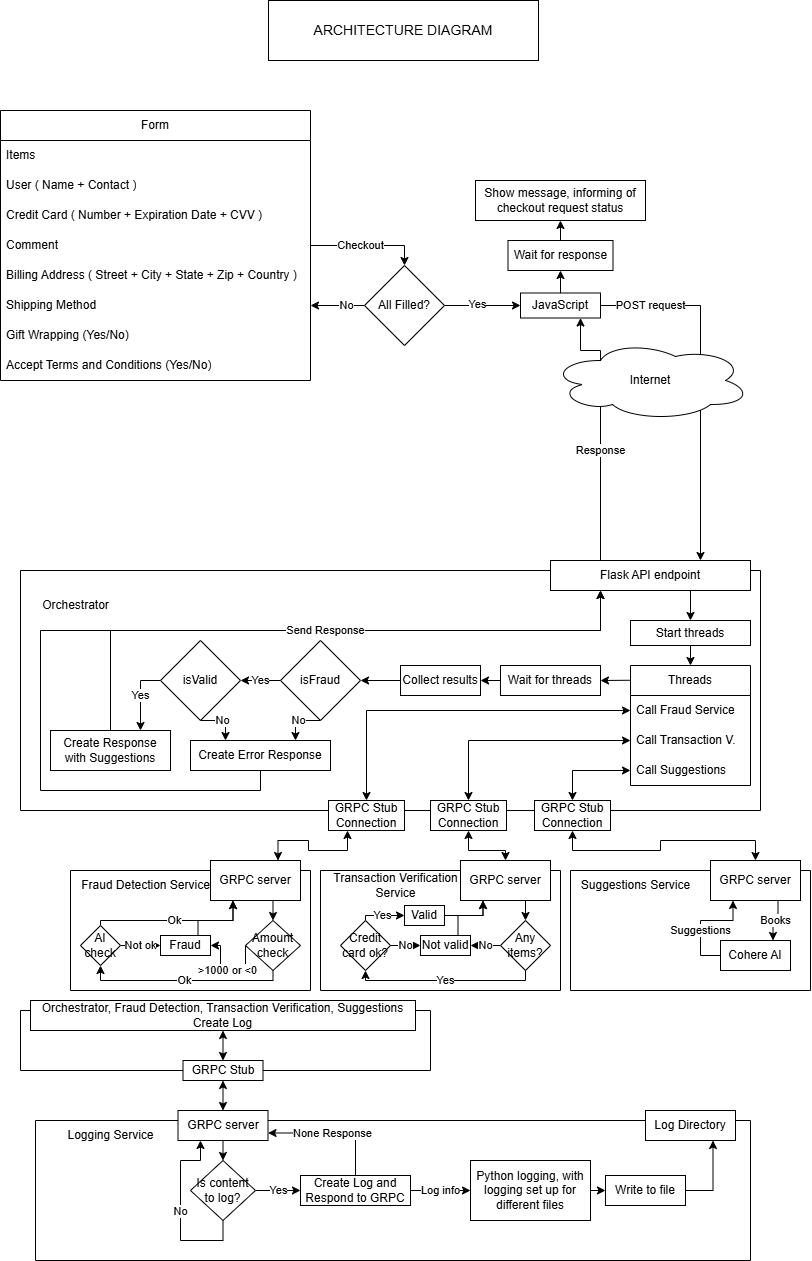
Above: docs/Architecture Diagram.png in FooKaDoO/ds-practice-2025 (draw.io), before the change. Source tidied: cells renumbered, new cells last; positions are measured from the earlier drawing's top-left corner, leaving out a move shared by most shapes.
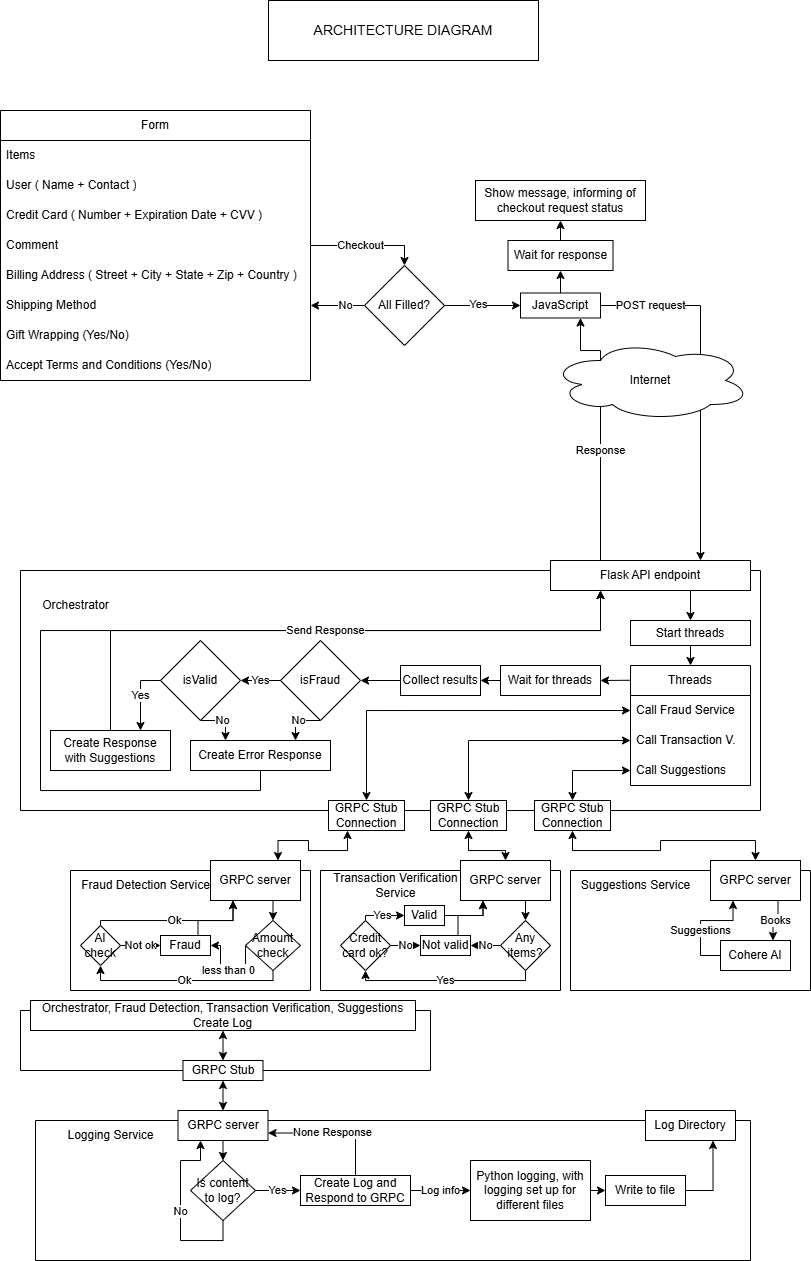
After the change.

Diff of the diagram source:
```diff
@@ -237,7 +237,7 @@
         </Array>
       </mxGeometry>
     </mxCell>
-    <mxCell id="71" value="&amp;gt;1000 or &amp;lt;0" style="edgeStyle=orthogonalEdgeStyle;rounded=0;jettySize=auto;html=1;exitX=0;exitY=0.5;exitDx=0;exitDy=0;entryX=1;entryY=0.5;entryDx=0;entryDy=0;" parent="66" edge="1" source="72" target="77">
+    <mxCell id="71" value="less than 0" style="edgeStyle=orthogonalEdgeStyle;rounded=0;jettySize=auto;html=1;exitX=0;exitY=0.5;exitDx=0;exitDy=0;entryX=1;entryY=0.5;entryDx=0;entryDy=0;" parent="66" edge="1" source="72" target="77">
       <mxGeometry relative="1" as="geometry">
         <Array as="points">
           <mxPoint x="175" y="100" />
```
